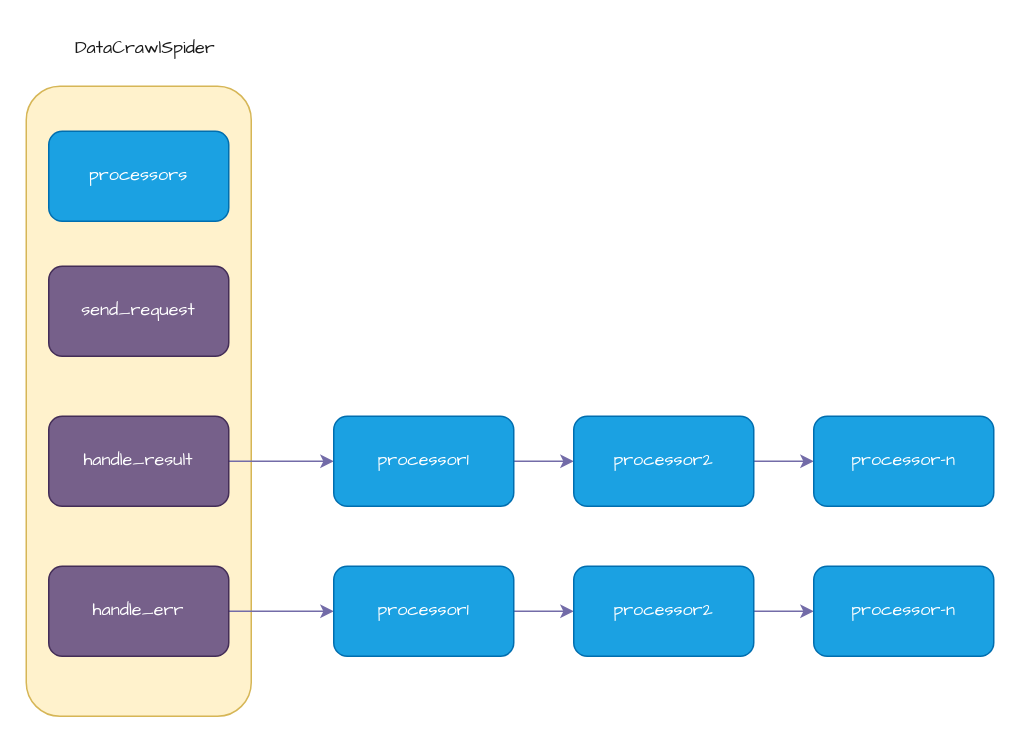
The draw.io diagram page "DataCrawlSpider" (1 of 2) of data_crawl.drawio in silan-liu/drawio, before the edit. Source tidied: cells renumbered, new cells numbered last; positions are measured from the earlier drawing's top-left corner, leaving out a move shared by most shapes. Both pictures are drawn from the tidied source at 150%, with x=0, y=0 at pixel (26, 26).
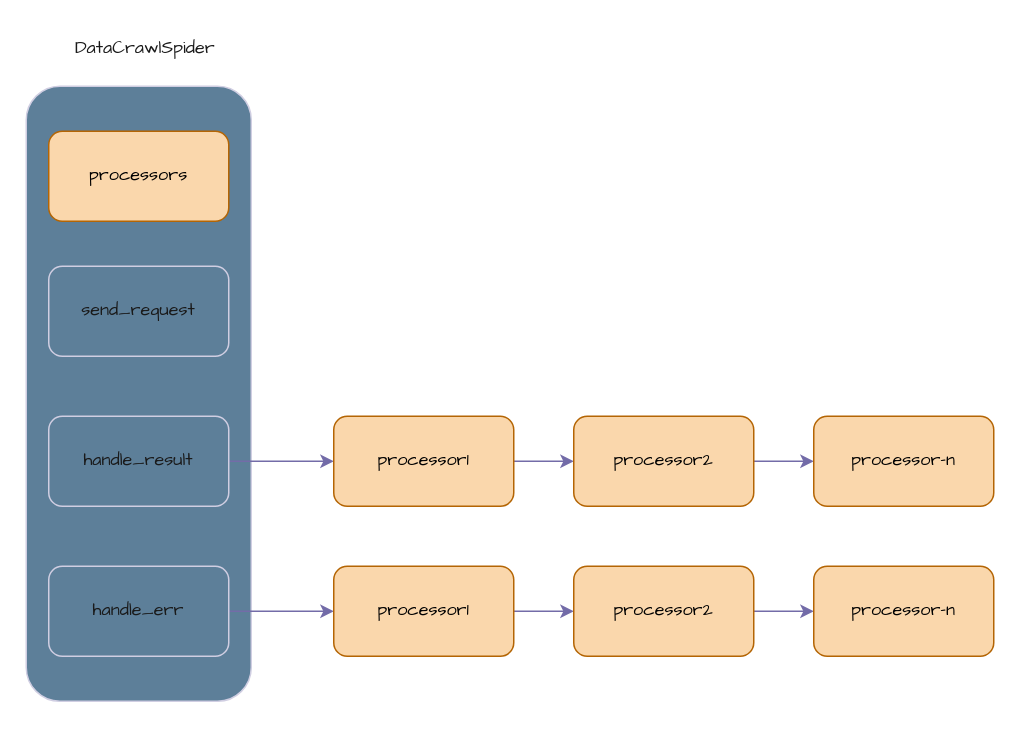
Above is the later version.

Diff of the diagram source:
```diff
@@
 <mxGraphModel>
   <root>
     <mxCell id="0" />
     <mxCell id="1" parent="0" />
-    <mxCell id="2" style="rounded=1;whiteSpace=wrap;html=1;strokeColor=#d6b656;fillColor=#fff2cc;fontFamily=Comic Sans MS;" parent="1" vertex="1">
-      <mxGeometry y="40" width="150" height="420" as="geometry" />
+    <mxCell id="2" style="rounded=1;whiteSpace=wrap;html=1;strokeColor=#D0CEE2;fillColor=#5D7F99;fontFamily=Comic Sans MS;labelBackgroundColor=none;fontColor=#1A1A1A;" parent="1" vertex="1">
+      <mxGeometry y="40" width="150" height="410" as="geometry" />
     </mxCell>
-    <mxCell id="3" value="send_request" style="rounded=1;whiteSpace=wrap;html=1;strokeColor=#432D57;fontColor=#ffffff;fillColor=#76608a;fontFamily=Comic Sans MS;" parent="1" vertex="1">
+    <mxCell id="3" value="send_request" style="rounded=1;whiteSpace=wrap;html=1;strokeColor=#D0CEE2;fontColor=#1A1A1A;fillColor=#5D7F99;fontFamily=Comic Sans MS;labelBackgroundColor=none;" parent="1" vertex="1">
       <mxGeometry x="15" y="160" width="120" height="60" as="geometry" />
     </mxCell>
-    <mxCell id="4" style="edgeStyle=orthogonalEdgeStyle;rounded=0;jettySize=auto;html=1;strokeColor=#736CA8;fontColor=#1A1A1A;fontFamily=Comic Sans MS;" parent="1" edge="1" source="5" target="9">
+    <mxCell id="4" style="edgeStyle=orthogonalEdgeStyle;rounded=0;jettySize=auto;html=1;strokeColor=#736CA8;fontColor=default;fontFamily=Comic Sans MS;labelBackgroundColor=none;" parent="1" edge="1" source="5" target="9">
       <mxGeometry relative="1" as="geometry" />
     </mxCell>
-    <mxCell id="5" value="handle_result" style="rounded=1;whiteSpace=wrap;html=1;strokeColor=#432D57;fontColor=#ffffff;fillColor=#76608a;fontFamily=Comic Sans MS;" parent="1" vertex="1">
+    <mxCell id="5" value="handle_result" style="rounded=1;whiteSpace=wrap;html=1;strokeColor=#D0CEE2;fontColor=#1A1A1A;fillColor=#5D7F99;fontFamily=Comic Sans MS;labelBackgroundColor=none;" parent="1" vertex="1">
       <mxGeometry x="15" y="260" width="120" height="60" as="geometry" />
     </mxCell>
-    <mxCell id="6" style="edgeStyle=orthogonalEdgeStyle;rounded=0;jettySize=auto;html=1;strokeColor=#736CA8;fontColor=#1A1A1A;fontFamily=Comic Sans MS;" parent="1" edge="1" source="7" target="13">
+    <mxCell id="6" style="edgeStyle=orthogonalEdgeStyle;rounded=0;jettySize=auto;html=1;strokeColor=#736CA8;fontColor=default;fontFamily=Comic Sans MS;labelBackgroundColor=none;" parent="1" edge="1" source="7" target="13">
       <mxGeometry relative="1" as="geometry" />
     </mxCell>
-    <mxCell id="7" value="handle_err" style="rounded=1;whiteSpace=wrap;html=1;strokeColor=#432D57;fontColor=#ffffff;fillColor=#76608a;fontFamily=Comic Sans MS;" parent="1" vertex="1">
+    <mxCell id="7" value="handle_err" style="rounded=1;whiteSpace=wrap;html=1;strokeColor=#D0CEE2;fontColor=#1A1A1A;fillColor=#5D7F99;fontFamily=Comic Sans MS;labelBackgroundColor=none;" parent="1" vertex="1">
       <mxGeometry x="15" y="360" width="120" height="60" as="geometry" />
     </mxCell>
-    <mxCell id="8" style="edgeStyle=orthogonalEdgeStyle;rounded=0;jettySize=auto;html=1;strokeColor=#736CA8;fontColor=#1A1A1A;fontFamily=Comic Sans MS;" parent="1" edge="1" source="9" target="11">
+    <mxCell id="8" style="edgeStyle=orthogonalEdgeStyle;rounded=0;jettySize=auto;html=1;strokeColor=#736CA8;fontColor=default;fontFamily=Comic Sans MS;labelBackgroundColor=none;" parent="1" edge="1" source="9" target="11">
       <mxGeometry relative="1" as="geometry" />
     </mxCell>
-    <mxCell id="9" value="processor1" style="rounded=1;whiteSpace=wrap;html=1;strokeColor=#006EAF;fontColor=#ffffff;fillColor=#1ba1e2;fontFamily=Comic Sans MS;" parent="1" vertex="1">
+    <mxCell id="9" value="processor1" style="rounded=1;whiteSpace=wrap;html=1;strokeColor=#b46504;fillColor=#fad7ac;fontFamily=Comic Sans MS;labelBackgroundColor=none;" parent="1" vertex="1">
       <mxGeometry x="205" y="260" width="120" height="60" as="geometry" />
     </mxCell>
-    <mxCell id="10" style="edgeStyle=orthogonalEdgeStyle;rounded=0;jettySize=auto;html=1;strokeColor=#736CA8;fontColor=#1A1A1A;" parent="1" edge="1" source="11" target="18">
+    <mxCell id="10" style="edgeStyle=orthogonalEdgeStyle;rounded=0;jettySize=auto;html=1;strokeColor=#736CA8;fontColor=default;labelBackgroundColor=none;" parent="1" edge="1" source="11" target="18">
       <mxGeometry relative="1" as="geometry" />
     </mxCell>
-    <mxCell id="11" value="processor2" style="rounded=1;whiteSpace=wrap;html=1;strokeColor=#006EAF;fontColor=#ffffff;fillColor=#1ba1e2;fontFamily=Comic Sans MS;" parent="1" vertex="1">
+    <mxCell id="11" value="processor2" style="rounded=1;whiteSpace=wrap;html=1;strokeColor=#b46504;fillColor=#fad7ac;fontFamily=Comic Sans MS;labelBackgroundColor=none;" parent="1" vertex="1">
       <mxGeometry x="365" y="260" width="120" height="60" as="geometry" />
     </mxCell>
-    <mxCell id="12" style="edgeStyle=orthogonalEdgeStyle;rounded=0;jettySize=auto;html=1;strokeColor=#736CA8;fontColor=#1A1A1A;fontFamily=Comic Sans MS;" parent="1" edge="1" source="13" target="15">
+    <mxCell id="12" style="edgeStyle=orthogonalEdgeStyle;rounded=0;jettySize=auto;html=1;strokeColor=#736CA8;fontColor=default;fontFamily=Comic Sans MS;labelBackgroundColor=none;" parent="1" edge="1" source="13" target="15">
       <mxGeometry relative="1" as="geometry" />
     </mxCell>
-    <mxCell id="13" value="processor1" style="rounded=1;whiteSpace=wrap;html=1;strokeColor=#006EAF;fontColor=#ffffff;fillColor=#1ba1e2;fontFamily=Comic Sans MS;" parent="1" vertex="1">
+    <mxCell id="13" value="processor1" style="rounded=1;whiteSpace=wrap;html=1;strokeColor=#b46504;fillColor=#fad7ac;fontFamily=Comic Sans MS;labelBackgroundColor=none;" parent="1" vertex="1">
       <mxGeometry x="205" y="360" width="120" height="60" as="geometry" />
     </mxCell>
-    <mxCell id="14" style="edgeStyle=orthogonalEdgeStyle;rounded=0;jettySize=auto;html=1;strokeColor=#736CA8;fontColor=#1A1A1A;" parent="1" edge="1" source="15" target="19">
+    <mxCell id="14" style="edgeStyle=orthogonalEdgeStyle;rounded=0;jettySize=auto;html=1;strokeColor=#736CA8;fontColor=default;labelBackgroundColor=none;" parent="1" edge="1" source="15" target="19">
       <mxGeometry relative="1" as="geometry" />
     </mxCell>
-    <mxCell id="15" value="processor2" style="rounded=1;whiteSpace=wrap;html=1;strokeColor=#006EAF;fontColor=#ffffff;fillColor=#1ba1e2;fontFamily=Comic Sans MS;" parent="1" vertex="1">
+    <mxCell id="15" value="processor2" style="rounded=1;whiteSpace=wrap;html=1;strokeColor=#b46504;fillColor=#fad7ac;fontFamily=Comic Sans MS;labelBackgroundColor=none;" parent="1" vertex="1">
       <mxGeometry x="365" y="360" width="120" height="60" as="geometry" />
     </mxCell>
-    <mxCell id="16" value="DataCrawlSpider" style="text;html=1;align=center;verticalAlign=middle;strokeColor=none;fillColor=none;fontColor=#1A1A1A;fontFamily=Comic Sans MS;" parent="1" vertex="1">
+    <mxCell id="16" value="DataCrawlSpider" style="text;html=1;align=center;verticalAlign=middle;strokeColor=none;fillColor=none;fontColor=#1A1A1A;fontFamily=Comic Sans MS;labelBackgroundColor=none;" parent="1" vertex="1">
       <mxGeometry x="19" width="120" height="30" as="geometry" />
     </mxCell>
-    <mxCell id="17" value="processors" style="rounded=1;whiteSpace=wrap;html=1;strokeColor=#006EAF;fillColor=#1ba1e2;fontFamily=Comic Sans MS;fontColor=#ffffff;" parent="1" vertex="1">
+    <mxCell id="17" value="processors" style="rounded=1;whiteSpace=wrap;html=1;strokeColor=#b46504;fillColor=#fad7ac;fontFamily=Comic Sans MS;labelBackgroundColor=none;" parent="1" vertex="1">
       <mxGeometry x="15" y="70" width="120" height="60" as="geometry" />
     </mxCell>
-    <mxCell id="18" value="processor-n" style="rounded=1;whiteSpace=wrap;html=1;strokeColor=#006EAF;fontColor=#ffffff;fillColor=#1ba1e2;fontFamily=Comic Sans MS;" parent="1" vertex="1">
+    <mxCell id="18" value="processor-n" style="rounded=1;whiteSpace=wrap;html=1;strokeColor=#b46504;fillColor=#fad7ac;fontFamily=Comic Sans MS;labelBackgroundColor=none;" parent="1" vertex="1">
       <mxGeometry x="525" y="260" width="120" height="60" as="geometry" />
     </mxCell>
-    <mxCell id="19" value="processor-n" style="rounded=1;whiteSpace=wrap;html=1;strokeColor=#006EAF;fontColor=#ffffff;fillColor=#1ba1e2;fontFamily=Comic Sans MS;" parent="1" vertex="1">
+    <mxCell id="19" value="processor-n" style="rounded=1;whiteSpace=wrap;html=1;strokeColor=#b46504;fillColor=#fad7ac;fontFamily=Comic Sans MS;labelBackgroundColor=none;" parent="1" vertex="1">
       <mxGeometry x="525" y="360" width="120" height="60" as="geometry" />
     </mxCell>
   </root>
 </mxGraphModel>
```
